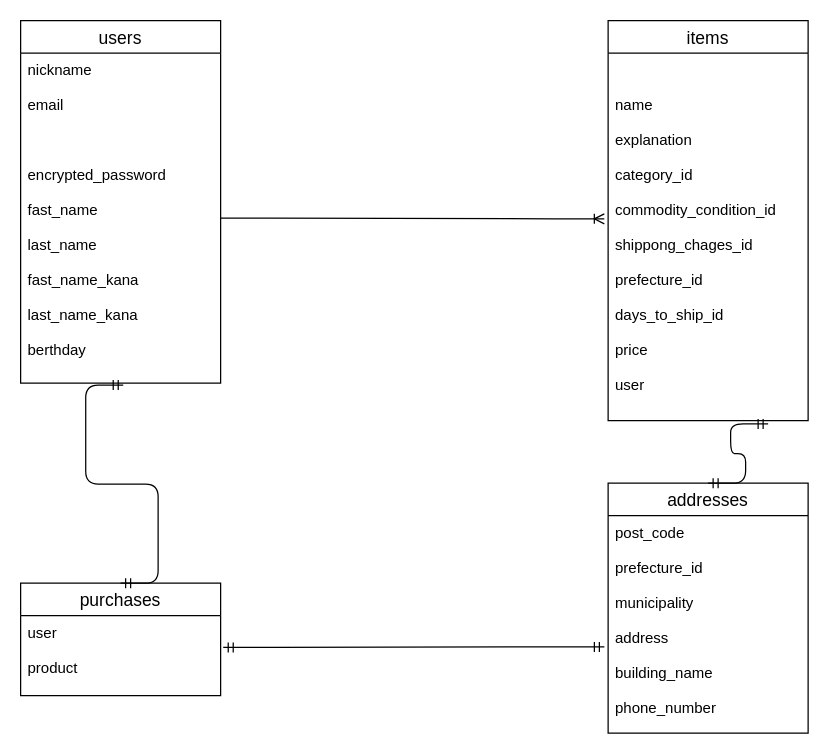
This is furima-38390.dio from abe0105/furima-38390, a draw.io file, before an edit. Source tidied: cells renumbered, new cells numbered last; positions are measured from the earlier drawing's top-left corner, leaving out a move shared by most shapes. Both pictures are drawn from the tidied source at 125%, with x=0, y=0 at pixel (20, 20).
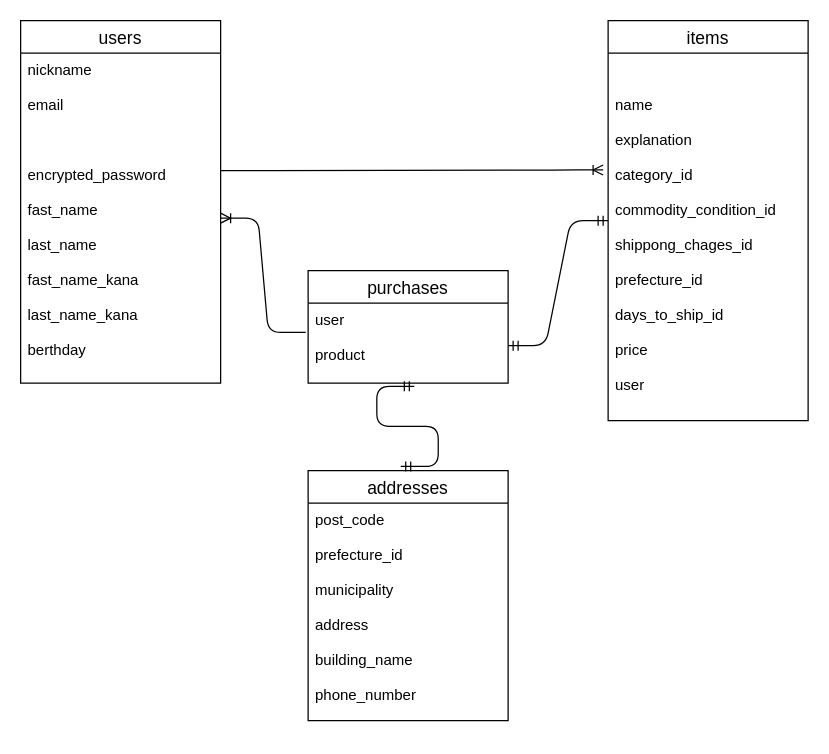
The same page after the edit.

The edit, as a diff of the source:
```diff
@@
 <mxGraphModel>
   <root>
     <mxCell id="0" />
     <mxCell id="1" parent="0" />
     <mxCell id="2" value="users" style="swimlane;fontStyle=0;horizontal=1;startSize=26;align=center;fontSize=14;" parent="1" vertex="1">
       <mxGeometry width="160" height="290" as="geometry" />
     </mxCell>
     <mxCell id="3" value="nickname&#10;&#10;email&#10;&#10;&#10;&#10;encrypted_password&#10;&#10;fast_name&#10;&#10;last_name&#10;&#10;fast_name_kana&#10;&#10;last_name_kana&#10;&#10;berthday&#10;" style="text;strokeColor=none;fillColor=none;spacingLeft=4;spacingRight=4;overflow=hidden;points=[[0,0.5],[1,0.5]];portConstraint=eastwest;fontSize=12;" parent="2" vertex="1">
       <mxGeometry y="26" width="160" height="264" as="geometry" />
     </mxCell>
     <mxCell id="4" value="items" style="swimlane;fontStyle=0;horizontal=1;startSize=26;align=center;fontSize=14;" parent="1" vertex="1">
       <mxGeometry x="470" width="160" height="320" as="geometry" />
     </mxCell>
     <mxCell id="5" value="&#10;&#10;name&#10;&#10;explanation&#10;&#10;category_id&#10;&#10;commodity_condition_id&#10;&#10;shippong_chages_id&#10;&#10;prefecture_id&#10;&#10;days_to_ship_id&#10;&#10;price&#10;&#10;user" style="text;strokeColor=none;fillColor=none;spacingLeft=4;spacingRight=4;overflow=hidden;points=[[0,0.5],[1,0.5]];portConstraint=eastwest;fontSize=12;" parent="4" vertex="1">
       <mxGeometry y="26" width="160" height="294" as="geometry" />
     </mxCell>
     <mxCell id="6" value="addresses" style="swimlane;fontStyle=0;horizontal=1;startSize=26;align=center;fontSize=14;" parent="1" vertex="1">
-      <mxGeometry x="470" y="370" width="160" height="200" as="geometry" />
+      <mxGeometry x="230" y="360" width="160" height="200" as="geometry" />
     </mxCell>
     <mxCell id="7" value="post_code&#10;&#10;prefecture_id&#10;&#10;municipality&#10;&#10;address&#10;&#10;building_name&#10;&#10;phone_number" style="text;strokeColor=none;fillColor=none;spacingLeft=4;spacingRight=4;overflow=hidden;fontSize=12;" parent="6" vertex="1">
       <mxGeometry y="26" width="160" height="174" as="geometry" />
     </mxCell>
     <mxCell id="8" value="purchases" style="swimlane;fontStyle=0;horizontal=1;startSize=26;align=center;fontSize=14;" parent="1" vertex="1">
-      <mxGeometry y="450" width="160" height="90" as="geometry" />
+      <mxGeometry x="230" y="200" width="160" height="90" as="geometry" />
     </mxCell>
     <mxCell id="9" value="user&#10;&#10;product" style="text;strokeColor=none;fillColor=none;spacingLeft=4;spacingRight=4;overflow=hidden;points=[[0,0.5],[1,0.5]];portConstraint=eastwest;fontSize=12;" parent="8" vertex="1">
       <mxGeometry y="26" width="160" height="64" as="geometry" />
     </mxCell>
-    <mxCell id="10" style="edgeStyle=entityRelationEdgeStyle;fontSize=12;html=1;endArrow=ERoneToMany;exitX=1;exitY=0.5;exitDx=0;exitDy=0;entryX=-0.019;entryY=0.451;entryDx=0;entryDy=0;entryPerimeter=0;" parent="1" edge="1" source="3" target="5">
-      <mxGeometry relative="1" as="geometry" />
-    </mxCell>
-    <mxCell id="11" style="edgeStyle=entityRelationEdgeStyle;fontSize=12;html=1;endArrow=ERmandOne;startArrow=ERmandOne;exitX=1.013;exitY=0.398;exitDx=0;exitDy=0;exitPerimeter=0;" parent="1" edge="1" source="9">
-      <mxGeometry relative="1" as="geometry">
-        <mxPoint x="467" y="501" as="targetPoint" />
-      </mxGeometry>
-    </mxCell>
-    <mxCell id="12" style="edgeStyle=entityRelationEdgeStyle;fontSize=12;html=1;endArrow=ERmandOne;startArrow=ERmandOne;entryX=0.513;entryY=1.006;entryDx=0;entryDy=0;entryPerimeter=0;exitX=0.5;exitY=0;exitDx=0;exitDy=0;" parent="1" edge="1" source="8" target="3">
-      <mxGeometry relative="1" as="geometry" />
-    </mxCell>
-    <mxCell id="13" style="edgeStyle=entityRelationEdgeStyle;fontSize=12;html=1;endArrow=ERmandOne;startArrow=ERmandOne;exitX=0.5;exitY=0;exitDx=0;exitDy=0;entryX=0.8;entryY=1.009;entryDx=0;entryDy=0;entryPerimeter=0;" parent="1" edge="1" source="6" target="5">
-      <mxGeometry relative="1" as="geometry" />
-    </mxCell>
+    <mxCell id="14" style="edgeStyle=entityRelationEdgeStyle;fontSize=12;html=1;endArrow=ERmandOne;startArrow=ERmandOne;" parent="1" edge="1">
+      <mxGeometry relative="1" as="geometry">
+        <mxPoint x="390" y="260" as="sourcePoint" />
+        <mxPoint x="470" y="160" as="targetPoint" />
+      </mxGeometry>
+    </mxCell>
+    <mxCell id="15" style="edgeStyle=entityRelationEdgeStyle;fontSize=12;html=1;endArrow=ERoneToMany;entryX=-0.025;entryY=0.318;entryDx=0;entryDy=0;entryPerimeter=0;" parent="1" edge="1" target="5">
+      <mxGeometry relative="1" as="geometry">
+        <mxPoint x="160" y="120" as="sourcePoint" />
+      </mxGeometry>
+    </mxCell>
+    <mxCell id="16" style="edgeStyle=entityRelationEdgeStyle;fontSize=12;html=1;endArrow=ERmandOne;startArrow=ERmandOne;exitX=0.463;exitY=-0.017;exitDx=0;exitDy=0;exitPerimeter=0;entryX=0.531;entryY=1.039;entryDx=0;entryDy=0;entryPerimeter=0;" parent="1" edge="1" source="6" target="9">
+      <mxGeometry relative="1" as="geometry" />
+    </mxCell>
+    <mxCell id="17" style="edgeStyle=entityRelationEdgeStyle;fontSize=12;html=1;endArrow=ERoneToMany;entryX=1;entryY=0.5;entryDx=0;entryDy=0;exitX=-0.012;exitY=0.367;exitDx=0;exitDy=0;exitPerimeter=0;" parent="1" edge="1" source="9" target="3">
+      <mxGeometry relative="1" as="geometry" />
+    </mxCell>
   </root>
 </mxGraphModel>
```
